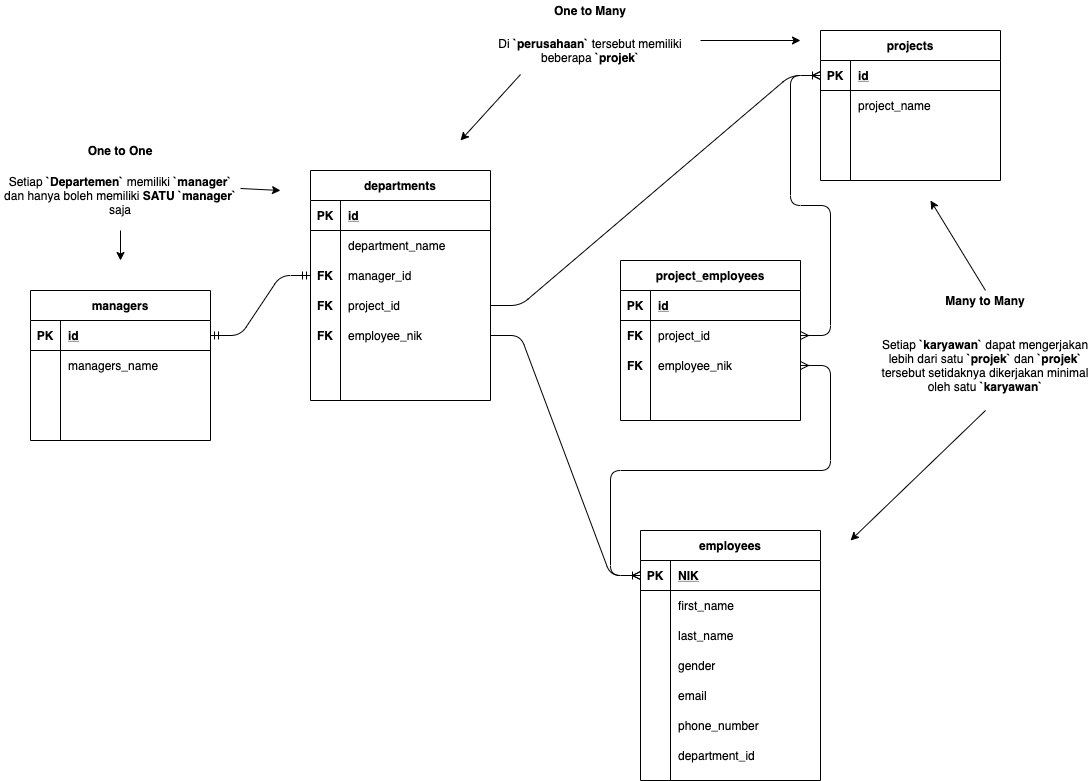
Before: Schema - All Relations Case Study.png, a diagram exported from draw.io (akbarhabiby/draw.io). Source tidied: cells renumbered, new cells last; positions are measured from the earlier drawing's top-left corner, leaving out a move shared by most shapes.
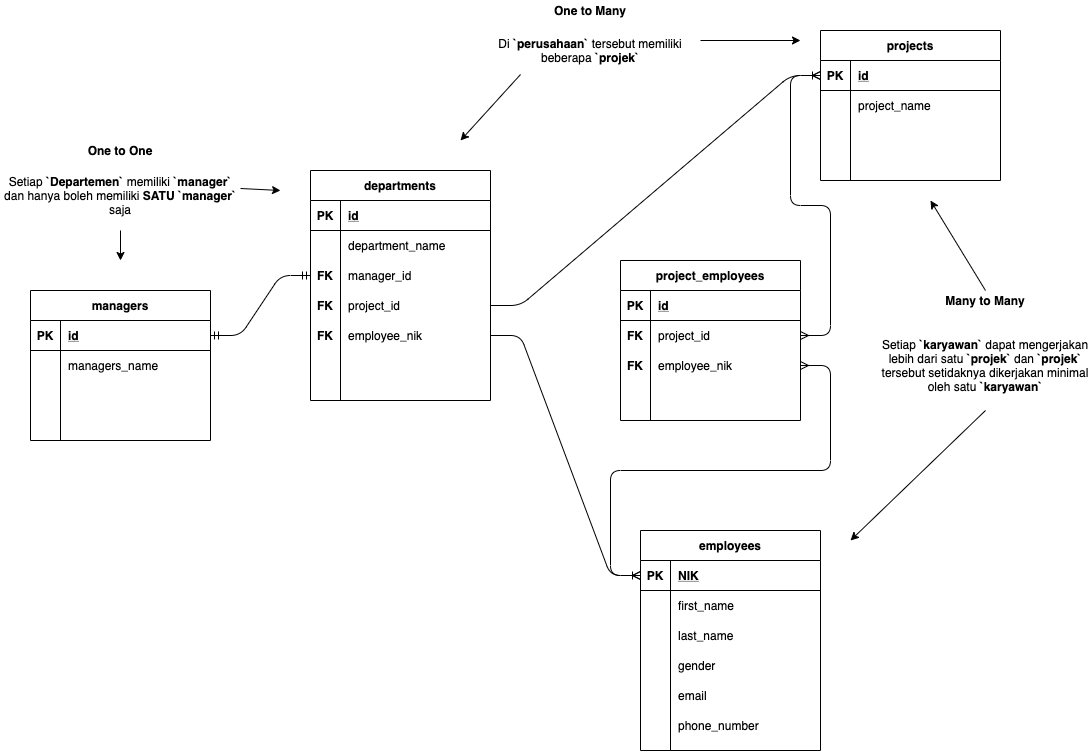
The same file after the commit.

Diff of the diagram source:
```diff
@@ -139,7 +139,7 @@
       </mxGeometry>
     </mxCell>
     <mxCell id="46" value="employees" style="shape=table;startSize=30;rowLines=0;fontStyle=1;align=center;" parent="1" vertex="1">
-      <mxGeometry x="640" y="530" width="180" height="250" as="geometry" />
+      <mxGeometry x="640" y="530" width="180" height="220" as="geometry" />
     </mxCell>
     <mxCell id="47" style="shape=partialRectangle;fillColor=none;top=0;left=0;bottom=1;right=0;points=[[0,0.5],[1,0.5]];portConstraint=eastwest;" parent="46" vertex="1">
       <mxGeometry y="30" width="180" height="30" as="geometry" />
@@ -195,15 +195,6 @@
     <mxCell id="64" value="phone_number" style="shape=partialRectangle;fillColor=none;top=0;left=0;bottom=0;right=0;align=left;spacingLeft=6;overflow=hidden;" parent="62" vertex="1">
       <mxGeometry x="30" width="150" height="30" as="geometry" />
     </mxCell>
-    <mxCell id="65" style="shape=partialRectangle;fillColor=none;top=0;left=0;bottom=0;right=0;" parent="46" vertex="1">
-      <mxGeometry y="210" width="180" height="30" as="geometry" />
-    </mxCell>
-    <mxCell id="66" style="shape=partialRectangle;fillColor=none;top=0;left=0;bottom=0;right=0;overflow=hidden;" parent="65" vertex="1">
-      <mxGeometry width="30" height="30" as="geometry" />
-    </mxCell>
-    <mxCell id="67" value="department_id" style="shape=partialRectangle;fillColor=none;top=0;left=0;bottom=0;right=0;align=left;spacingLeft=6;overflow=hidden;" parent="65" vertex="1">
-      <mxGeometry x="30" width="150" height="30" as="geometry" />
-    </mxCell>
     <mxCell id="68" value="&lt;b&gt;One to Many&lt;/b&gt;" style="text;html=1;strokeColor=none;fillColor=none;align=center;verticalAlign=middle;whiteSpace=wrap;rounded=0;" parent="1" vertex="1">
       <mxGeometry x="545" width="90" height="20" as="geometry" />
     </mxCell>
```
